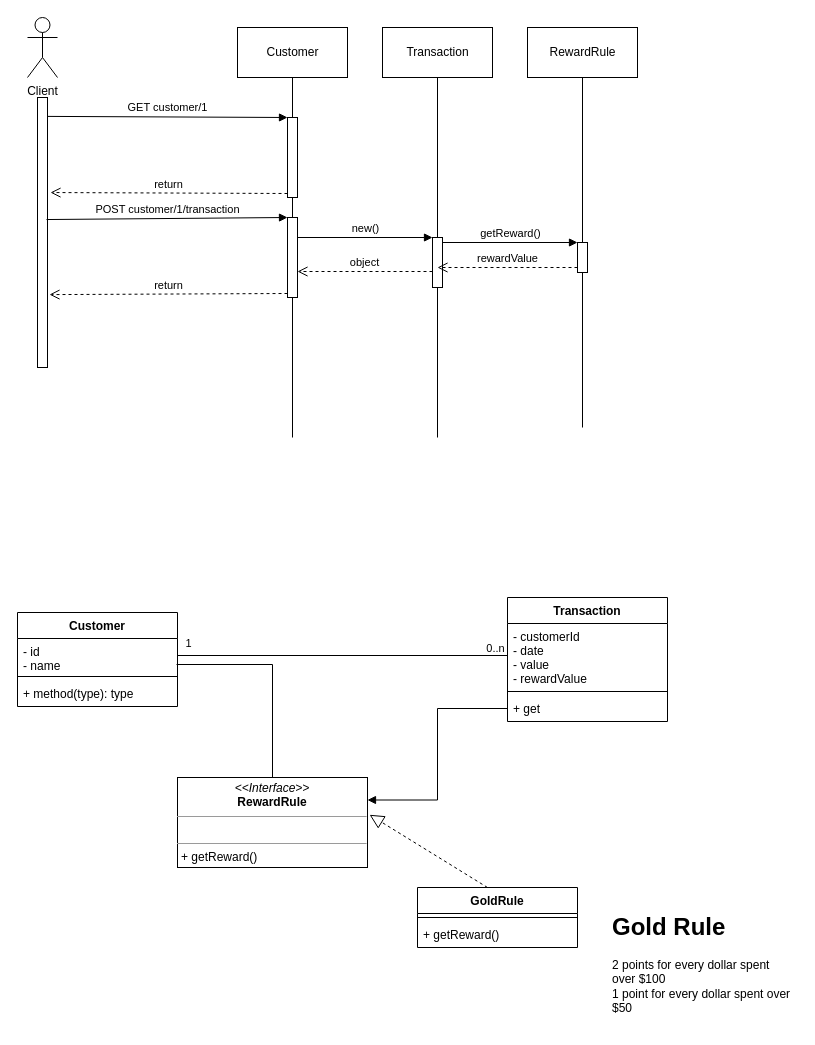
furlan/ms-rewards-webapi keeps this draw.io diagram as page "Page-2" (2 of 4) of System Design.drawio. Above is the earlier version. Source tidied: cells renumbered, new cells numbered last; positions are measured from the earlier drawing's top-left corner, leaving out a move shared by most shapes. Both pictures are drawn from the tidied source at 100%, with x=0, y=0 at pixel (17, 17).
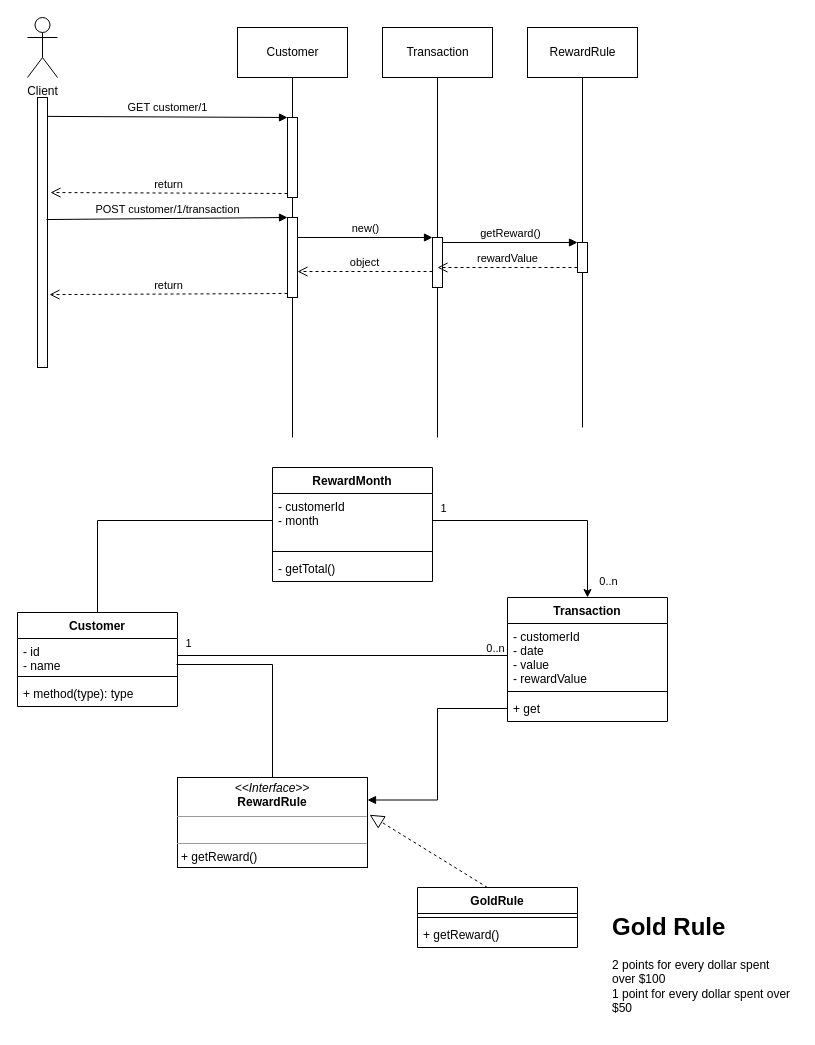
The same diagram, later.

Commit message:
Reward monthly response draft

Unchanged cells that the change refers to:
```xml
<mxCell id="2" value="Customer" style="swimlane;fontStyle=1;align=center;verticalAlign=top;horizontal=1;startSize=26;" parent="1" vertex="1">
  <mxGeometry y="595" width="160" height="94" as="geometry" />
</mxCell>
<mxCell id="6" value="Transaction" style="swimlane;fontStyle=1;align=center;verticalAlign=top;horizontal=1;startSize=26;" parent="1" vertex="1">
  <mxGeometry x="490" y="580" width="160" height="124" as="geometry" />
</mxCell>
```

The edit, as a diff of the source:
```diff
@@
+    <mxCell id="43" value="RewardMonth" style="swimlane;fontStyle=1;align=center;verticalAlign=top;horizontal=1;startSize=26;" parent="1" vertex="1">
+      <mxGeometry x="255" y="450" width="160" height="114" as="geometry" />
+    </mxCell>
+    <mxCell id="44" value="- customerId&#10;- month" style="text;strokeColor=none;fillColor=none;align=left;verticalAlign=top;spacingLeft=4;spacingRight=4;overflow=hidden;points=[[0,0.5],[1,0.5]];portConstraint=eastwest;" parent="43" vertex="1">
+      <mxGeometry y="26" width="160" height="54" as="geometry" />
+    </mxCell>
+    <mxCell id="45" style="line;strokeWidth=1;fillColor=none;align=left;verticalAlign=middle;spacingTop=-1;spacingLeft=3;spacingRight=3;labelPosition=right;" parent="43" vertex="1">
+      <mxGeometry y="80" width="160" height="8" as="geometry" />
+    </mxCell>
+    <mxCell id="46" value="- getTotal()" style="text;strokeColor=none;fillColor=none;align=left;verticalAlign=top;spacingLeft=4;spacingRight=4;overflow=hidden;" parent="43" vertex="1">
+      <mxGeometry y="88" width="160" height="26" as="geometry" />
+    </mxCell>
+    <mxCell id="47" style="edgeStyle=orthogonalEdgeStyle;rounded=0;jettySize=auto;html=1;exitX=1;exitY=0.5;exitDx=0;exitDy=0;entryX=0.5;entryY=0;entryDx=0;entryDy=0;" parent="1" edge="1" source="44" target="6">
+      <mxGeometry relative="1" as="geometry" />
+    </mxCell>
+    <mxCell id="48" value="1" style="edgeLabel;html=1;align=center;verticalAlign=middle;" parent="47" vertex="1">
+      <mxGeometry x="-0.96" y="1" relative="1" as="geometry">
+        <mxPoint x="5" y="-12" as="offset" />
+      </mxGeometry>
+    </mxCell>
+    <mxCell id="49" value="0..n" style="edgeLabel;html=1;align=center;verticalAlign=middle;" parent="47" vertex="1">
+      <mxGeometry x="0.85" relative="1" as="geometry">
+        <mxPoint x="20" as="offset" />
+      </mxGeometry>
+    </mxCell>
+    <mxCell id="50" style="edgeStyle=orthogonalEdgeStyle;rounded=0;jettySize=auto;html=1;exitX=0;exitY=0.5;exitDx=0;exitDy=0;entryX=0.5;entryY=0;entryDx=0;entryDy=0;endArrow=none;endFill=0;" parent="1" edge="1" source="44" target="2">
+      <mxGeometry relative="1" as="geometry" />
+    </mxCell>
```
